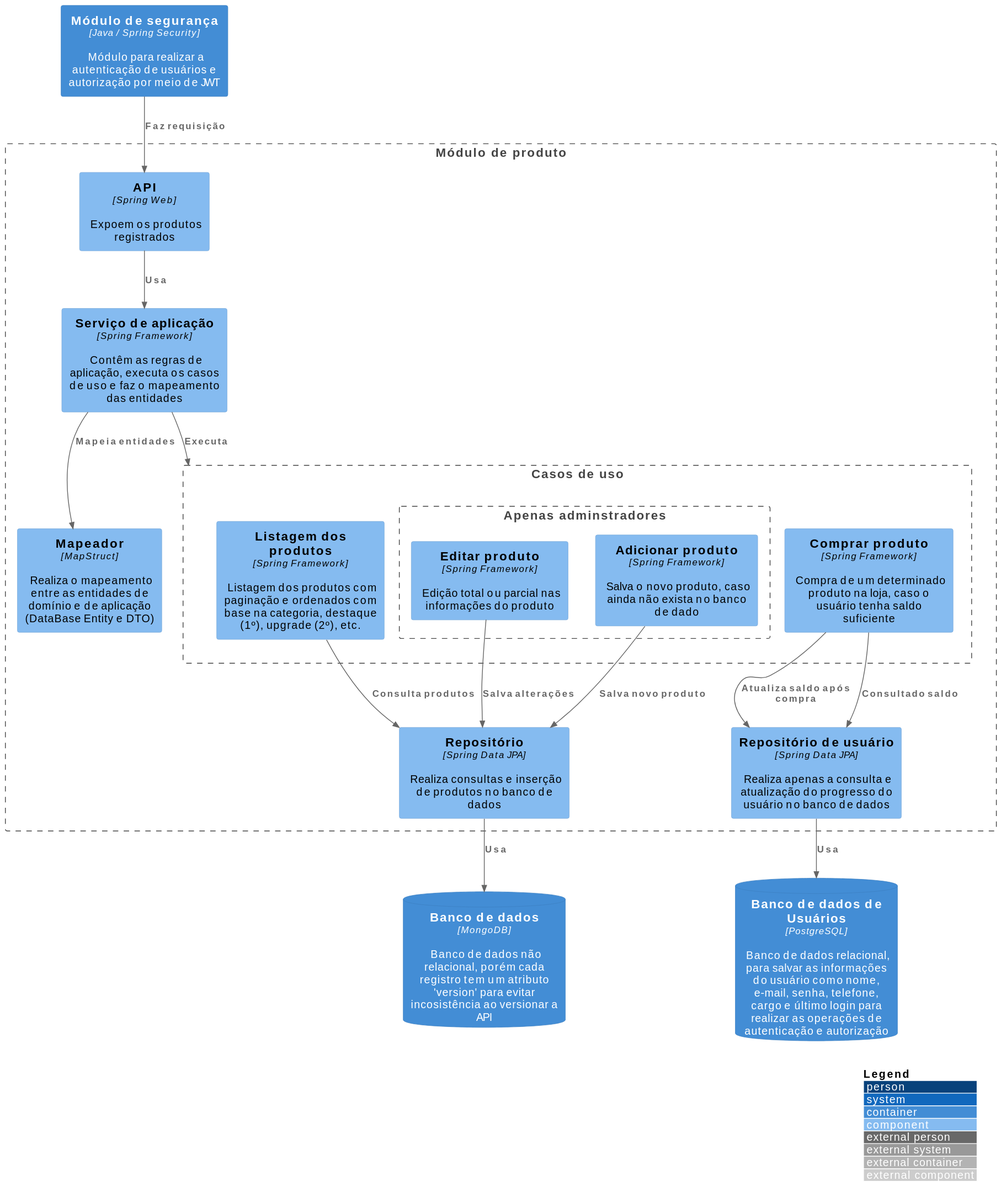
The PlantUML diagram C3 Components/Back-end/Módulo de produto/Product Module.svg in Open-3A/3A-c4-model, before a commit.
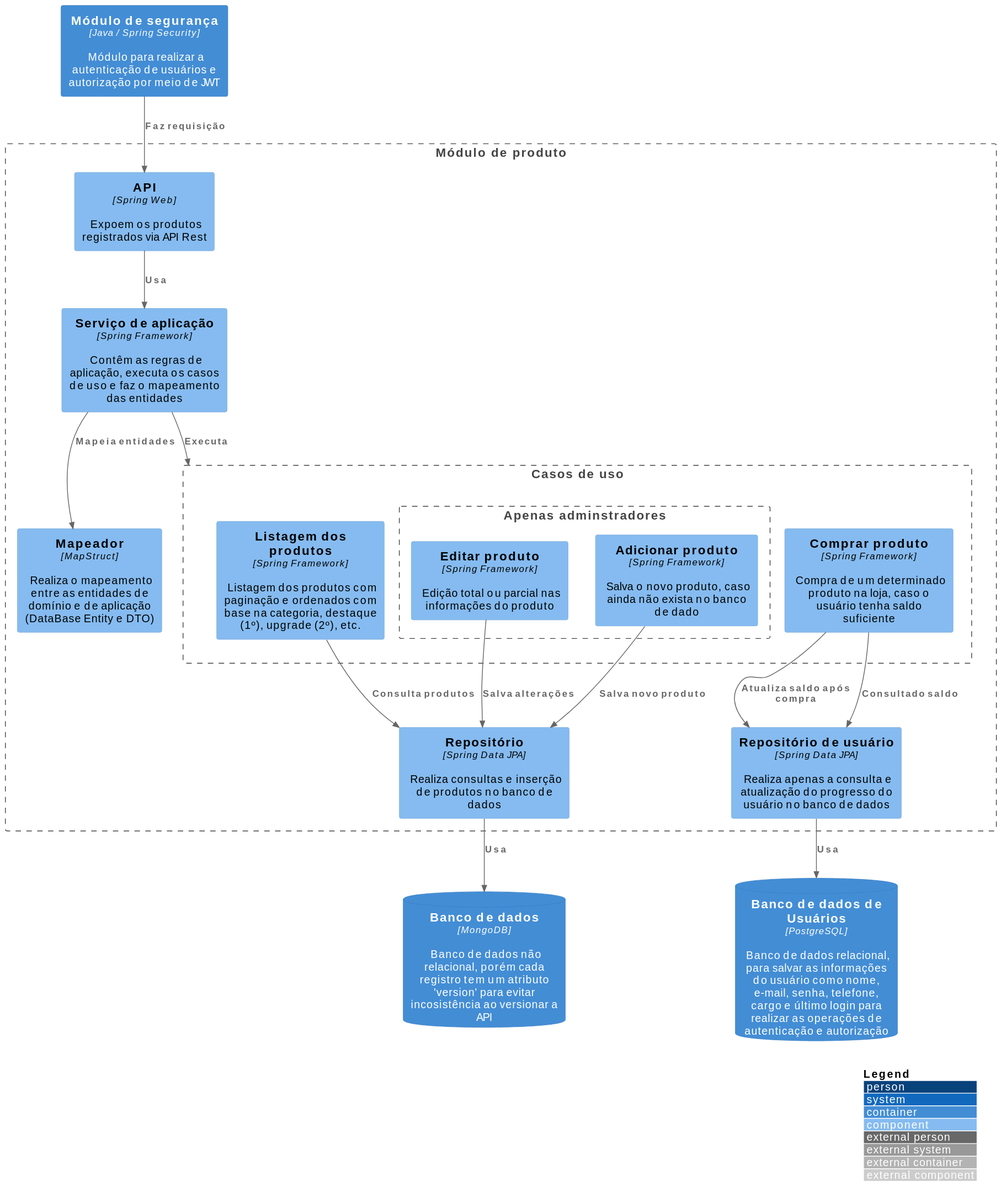
The same diagram one commit later.

Change to the diagram source:
```diff
@@ -6,7 +6,7 @@
 Container(security_module, "Módulo de segurança", "Java / Spring Security", "Módulo para realizar a autenticação de usuários e autorização por meio de JWT")
 
 Boundary(product_module, "Módulo de produto"){
-  Component(product_api, "API", "Spring Web", "Expoem os produtos registrados")
+  Component(product_api, "API", "Spring Web", "Expoem os produtos registrados via API Rest")
   Component(product_service, "Serviço de aplicação", "Spring Framework", "Contêm as regras de aplicação, executa os casos de uso e faz o mapeamento das entidades")
   Component(product_mapper, "Mapeador", "MapStruct", "Realiza o mapeamento entre as entidades de domínio e de aplicação (DataBase Entity e DTO)")
 
```
